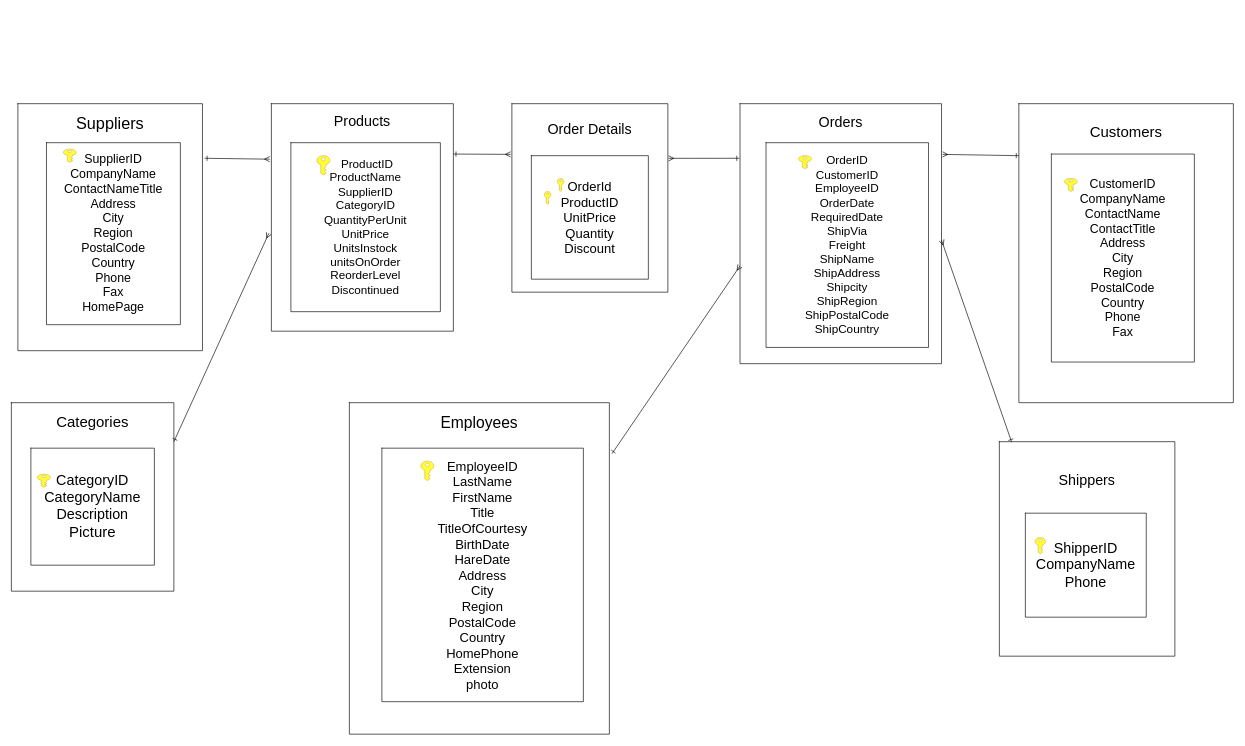
This is ER_Shop.drawio from nattapon62/ER_diagram, a draw.io file, before an edit. Source tidied: cells renumbered, new cells numbered last; positions are measured from the earlier drawing's top-left corner, leaving out a move shared by most shapes. Both pictures are drawn from the tidied source at 65%, with x=0, y=0 at pixel (11, 103).
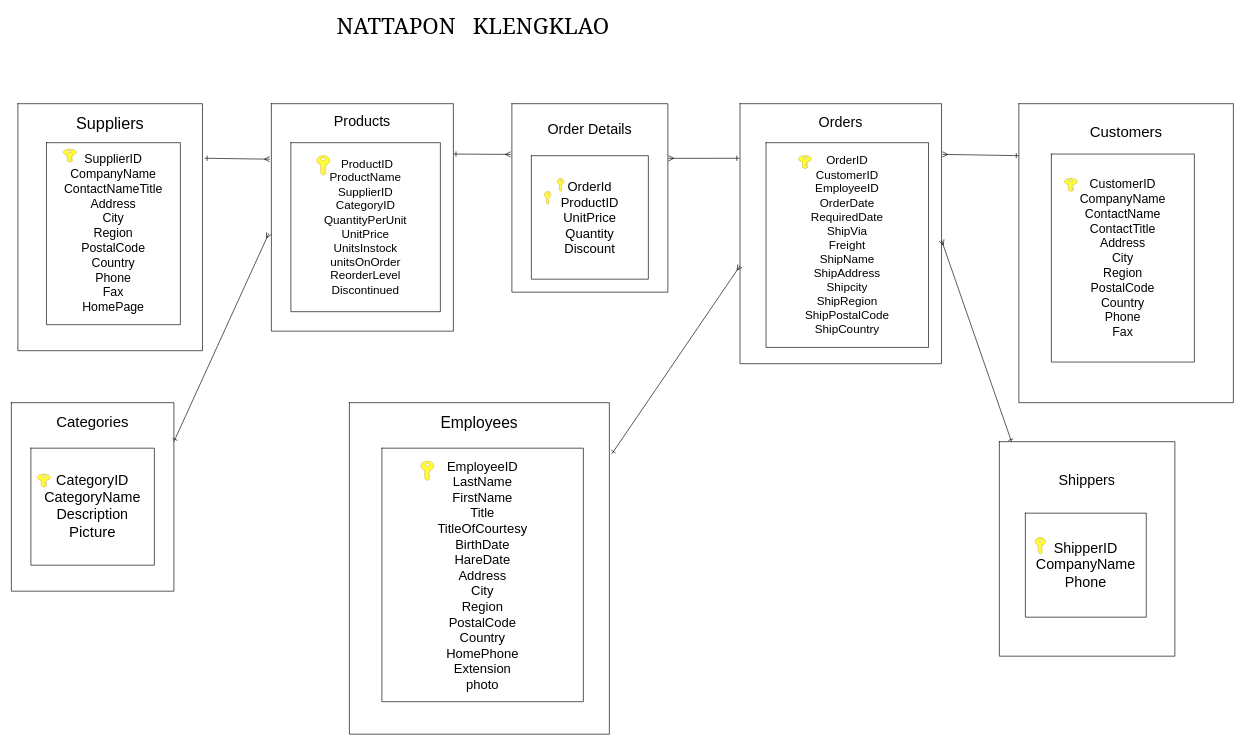
The same diagram, later.

Diff of the diagram source:
```diff
@@
+    <mxCell id="66" value="&lt;font style=&quot;font-size: 34px&quot; face=&quot;Georgia&quot;&gt;NATTAPON&amp;nbsp; &amp;nbsp;KLENGKLAO&lt;/font&gt;" style="text;html=1;align=center;verticalAlign=middle;" parent="1" vertex="1">
+      <mxGeometry x="490" y="-135" width="440" height="30" as="geometry" />
+    </mxCell>
```
